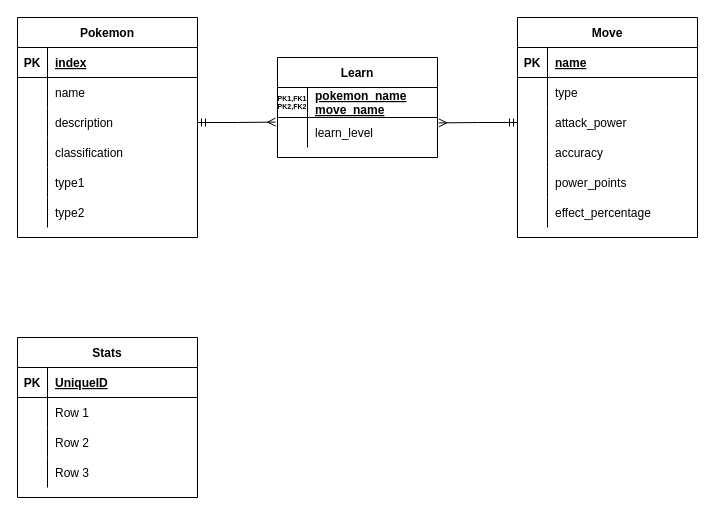
This is Diagrams/Pokemon ERD.drawio from alex-tjellesen/csci213-final, a draw.io file, before an edit. Source tidied: cells renumbered, new cells numbered last; positions are measured from the earlier drawing's top-left corner, leaving out a move shared by most shapes. Both pictures are drawn from the tidied source at 100%, with x=0, y=0 at pixel (17, 17).
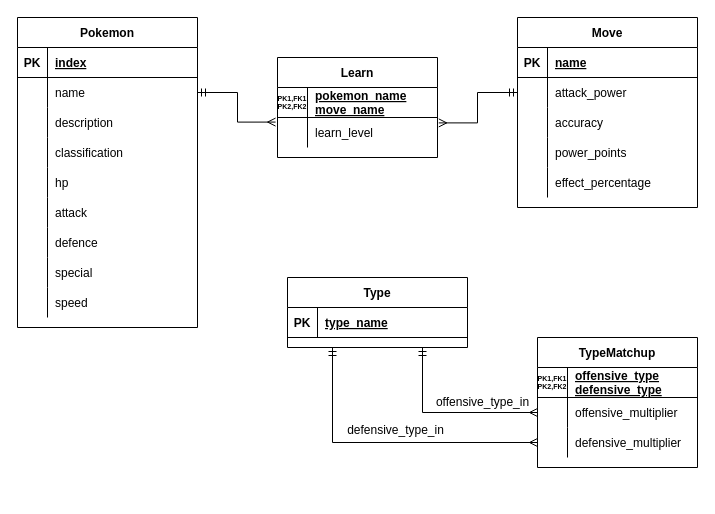
The same page after the edit.

Unchanged cells that the change refers to:
```xml
<mxCell id="6" style="shape=partialRectangle;fillColor=none;top=0;left=0;bottom=0;right=0;points=[[0,0.5],[1,0.5]];portConstraint=eastwest;" parent="2" vertex="1">
  <mxGeometry y="60" width="180" height="30" as="geometry" />
</mxCell>
<mxCell id="9" style="shape=partialRectangle;fillColor=none;top=0;left=0;bottom=0;right=0;points=[[0,0.5],[1,0.5]];portConstraint=eastwest;" parent="2" vertex="1">
  <mxGeometry y="90" width="180" height="30" as="geometry" />
</mxCell>
<mxCell id="44" style="shape=partialRectangle;fillColor=none;top=0;left=0;bottom=0;right=0;points=[[0,0.5],[1,0.5]];portConstraint=eastwest;" parent="40" vertex="1">
  <mxGeometry y="60" width="160" height="30" as="geometry" />
</mxCell>
```

The edit, as a diff of the source:
```diff
@@
     <mxCell id="2" value="Pokemon" style="shape=table;startSize=30;childLayout=tableLayout;rowLines=0;fontStyle=1;align=center;" parent="1" vertex="1">
-      <mxGeometry width="180" height="220" as="geometry" />
+      <mxGeometry width="180" height="310" as="geometry" />
     </mxCell>
@@
-    <mxCell id="15" style="shape=partialRectangle;fillColor=none;top=0;left=0;bottom=0;right=0;" parent="2" vertex="1">
-      <mxGeometry y="150" width="180" height="30" as="geometry" />
-    </mxCell>
-    <mxCell id="16" style="shape=partialRectangle;fillColor=none;top=0;left=0;bottom=0;right=0;overflow=hidden;" parent="15" vertex="1">
-      <mxGeometry width="30" height="30" as="geometry" />
-    </mxCell>
-    <mxCell id="17" value="type1" style="shape=partialRectangle;fillColor=none;top=0;left=0;bottom=0;right=0;align=left;spacingLeft=6;overflow=hidden;" parent="15" vertex="1">
-      <mxGeometry x="30" width="150" height="30" as="geometry" />
-    </mxCell>
-    <mxCell id="18" style="shape=partialRectangle;fillColor=none;top=0;left=0;bottom=0;right=0;" parent="2" vertex="1">
-      <mxGeometry y="180" width="180" height="30" as="geometry" />
-    </mxCell>
-    <mxCell id="19" style="shape=partialRectangle;fillColor=none;top=0;left=0;bottom=0;right=0;overflow=hidden;" parent="18" vertex="1">
-      <mxGeometry width="30" height="30" as="geometry" />
-    </mxCell>
-    <mxCell id="20" value="type2" style="shape=partialRectangle;fillColor=none;top=0;left=0;bottom=0;right=0;align=left;spacingLeft=6;overflow=hidden;" parent="18" vertex="1">
-      <mxGeometry x="30" width="150" height="30" as="geometry" />
-    </mxCell>
+    <mxCell id="62" style="shape=partialRectangle;fillColor=none;top=0;left=0;bottom=0;right=0;fontSize=12;" parent="2" vertex="1">
+      <mxGeometry y="150" width="180" height="30" as="geometry" />
+    </mxCell>
+    <mxCell id="63" style="shape=partialRectangle;fillColor=none;top=0;left=0;bottom=0;right=0;overflow=hidden;" parent="62" vertex="1">
+      <mxGeometry width="30" height="30" as="geometry" />
+    </mxCell>
+    <mxCell id="64" value="hp" style="shape=partialRectangle;fillColor=none;top=0;left=0;bottom=0;right=0;align=left;spacingLeft=6;overflow=hidden;" parent="62" vertex="1">
+      <mxGeometry x="30" width="150" height="30" as="geometry" />
+    </mxCell>
+    <mxCell id="65" style="shape=partialRectangle;fillColor=none;top=0;left=0;bottom=0;right=0;fontSize=12;" parent="2" vertex="1">
+      <mxGeometry y="180" width="180" height="30" as="geometry" />
+    </mxCell>
+    <mxCell id="66" style="shape=partialRectangle;fillColor=none;top=0;left=0;bottom=0;right=0;overflow=hidden;" parent="65" vertex="1">
+      <mxGeometry width="30" height="30" as="geometry" />
+    </mxCell>
+    <mxCell id="67" value="attack" style="shape=partialRectangle;fillColor=none;top=0;left=0;bottom=0;right=0;align=left;spacingLeft=6;overflow=hidden;" parent="65" vertex="1">
+      <mxGeometry x="30" width="150" height="30" as="geometry" />
+    </mxCell>
+    <mxCell id="68" style="shape=partialRectangle;fillColor=none;top=0;left=0;bottom=0;right=0;fontSize=12;" parent="2" vertex="1">
+      <mxGeometry y="210" width="180" height="30" as="geometry" />
+    </mxCell>
+    <mxCell id="69" style="shape=partialRectangle;fillColor=none;top=0;left=0;bottom=0;right=0;overflow=hidden;" parent="68" vertex="1">
+      <mxGeometry width="30" height="30" as="geometry" />
+    </mxCell>
+    <mxCell id="70" value="defence" style="shape=partialRectangle;fillColor=none;top=0;left=0;bottom=0;right=0;align=left;spacingLeft=6;overflow=hidden;" parent="68" vertex="1">
+      <mxGeometry x="30" width="150" height="30" as="geometry" />
+    </mxCell>
+    <mxCell id="71" style="shape=partialRectangle;fillColor=none;top=0;left=0;bottom=0;right=0;fontSize=12;" parent="2" vertex="1">
+      <mxGeometry y="240" width="180" height="30" as="geometry" />
+    </mxCell>
+    <mxCell id="72" style="shape=partialRectangle;fillColor=none;top=0;left=0;bottom=0;right=0;overflow=hidden;" parent="71" vertex="1">
+      <mxGeometry width="30" height="30" as="geometry" />
+    </mxCell>
+    <mxCell id="73" value="special" style="shape=partialRectangle;fillColor=none;top=0;left=0;bottom=0;right=0;align=left;spacingLeft=6;overflow=hidden;" parent="71" vertex="1">
+      <mxGeometry x="30" width="150" height="30" as="geometry" />
+    </mxCell>
+    <mxCell id="74" style="shape=partialRectangle;fillColor=none;top=0;left=0;bottom=0;right=0;fontSize=12;" parent="2" vertex="1">
+      <mxGeometry y="270" width="180" height="30" as="geometry" />
+    </mxCell>
+    <mxCell id="75" style="shape=partialRectangle;fillColor=none;top=0;left=0;bottom=0;right=0;overflow=hidden;" parent="74" vertex="1">
+      <mxGeometry width="30" height="30" as="geometry" />
+    </mxCell>
+    <mxCell id="76" value="speed" style="shape=partialRectangle;fillColor=none;top=0;left=0;bottom=0;right=0;align=left;spacingLeft=6;overflow=hidden;" parent="74" vertex="1">
+      <mxGeometry x="30" width="150" height="30" as="geometry" />
+    </mxCell>
     <mxCell id="21" value="Move" style="shape=table;startSize=30;childLayout=tableLayout;rowLines=0;fontStyle=1;align=center;" parent="1" vertex="1">
-      <mxGeometry x="500" width="180" height="220" as="geometry" />
+      <mxGeometry x="500" width="180" height="190" as="geometry" />
     </mxCell>
@@
-    <mxCell id="25" style="shape=partialRectangle;fillColor=none;top=0;left=0;bottom=0;right=0;" parent="21" vertex="1">
-      <mxGeometry y="60" width="180" height="30" as="geometry" />
-    </mxCell>
-    <mxCell id="26" style="shape=partialRectangle;fillColor=none;top=0;left=0;bottom=0;right=0;overflow=hidden;" parent="25" vertex="1">
-      <mxGeometry width="30" height="30" as="geometry" />
-    </mxCell>
-    <mxCell id="27" value="type" style="shape=partialRectangle;fillColor=none;top=0;left=0;bottom=0;right=0;align=left;spacingLeft=6;overflow=hidden;" parent="25" vertex="1">
-      <mxGeometry x="30" width="150" height="30" as="geometry" />
-    </mxCell>
     <mxCell id="28" style="shape=partialRectangle;fillColor=none;top=0;left=0;bottom=0;right=0;points=[[0,0.5],[1,0.5]];portConstraint=eastwest;" parent="21" vertex="1">
-      <mxGeometry y="90" width="180" height="30" as="geometry" />
+      <mxGeometry y="60" width="180" height="30" as="geometry" />
     </mxCell>
@@
     <mxCell id="31" style="shape=partialRectangle;fillColor=none;top=0;left=0;bottom=0;right=0;" parent="21" vertex="1">
-      <mxGeometry y="120" width="180" height="30" as="geometry" />
+      <mxGeometry y="90" width="180" height="30" as="geometry" />
     </mxCell>
@@
     <mxCell id="34" style="shape=partialRectangle;fillColor=none;top=0;left=0;bottom=0;right=0;" parent="21" vertex="1">
-      <mxGeometry y="150" width="180" height="30" as="geometry" />
+      <mxGeometry y="120" width="180" height="30" as="geometry" />
     </mxCell>
@@
     <mxCell id="37" style="shape=partialRectangle;fillColor=none;top=0;left=0;bottom=0;right=0;" parent="21" vertex="1">
-      <mxGeometry y="180" width="180" height="30" as="geometry" />
+      <mxGeometry y="150" width="180" height="30" as="geometry" />
     </mxCell>
@@
-    <mxCell id="47" style="edgeStyle=orthogonalEdgeStyle;rounded=0;jettySize=auto;html=1;exitX=1;exitY=0.5;exitDx=0;exitDy=0;entryX=-0.012;entryY=0.153;entryDx=0;entryDy=0;entryPerimeter=0;fontSize=7;startArrow=ERmandOne;startFill=0;endArrow=ERmany;endFill=0;" parent="1" edge="1" source="9" target="44">
+    <mxCell id="47" style="edgeStyle=orthogonalEdgeStyle;rounded=0;jettySize=auto;html=1;exitX=1;exitY=0.5;exitDx=0;exitDy=0;entryX=-0.012;entryY=0.153;entryDx=0;entryDy=0;entryPerimeter=0;fontSize=7;startArrow=ERmandOne;startFill=0;endArrow=ERmany;endFill=0;" parent="1" edge="1" source="6" target="44">
       <mxGeometry relative="1" as="geometry" />
     </mxCell>
@@
-    <mxCell id="49" value="Stats" style="shape=table;startSize=30;childLayout=tableLayout;rowLines=0;fontStyle=1;align=center;fontSize=12;" parent="1" vertex="1">
-      <mxGeometry y="320" width="180" height="160" as="geometry" />
-    </mxCell>
+    <mxCell id="77" value="Type" style="shape=table;startSize=30;childLayout=tableLayout;rowLines=0;fontStyle=1;align=center;fontSize=12;" parent="1" vertex="1">
+      <mxGeometry x="270" y="260" width="180" height="70" as="geometry" />
+    </mxCell>
-    <mxCell id="50" style="shape=partialRectangle;fillColor=none;top=0;left=0;bottom=1;right=0;" parent="49" vertex="1">
+    <mxCell id="50" style="shape=partialRectangle;fillColor=none;top=0;left=0;bottom=1;right=0;" parent="77" vertex="1">
       <mxGeometry y="30" width="180" height="30" as="geometry" />
     </mxCell>
@@
-    <mxCell id="52" value="UniqueID" style="shape=partialRectangle;fillColor=none;top=0;left=0;bottom=0;right=0;align=left;spacingLeft=6;fontStyle=5;overflow=hidden;" parent="50" vertex="1">
-      <mxGeometry x="30" width="150" height="30" as="geometry" />
-    </mxCell>
-    <mxCell id="53" style="shape=partialRectangle;fillColor=none;top=0;left=0;bottom=0;right=0;" parent="49" vertex="1">
-      <mxGeometry y="60" width="180" height="30" as="geometry" />
-    </mxCell>
-    <mxCell id="54" style="shape=partialRectangle;fillColor=none;top=0;left=0;bottom=0;right=0;overflow=hidden;" parent="53" vertex="1">
-      <mxGeometry width="30" height="30" as="geometry" />
-    </mxCell>
-    <mxCell id="55" value="Row 1" style="shape=partialRectangle;fillColor=none;top=0;left=0;bottom=0;right=0;align=left;spacingLeft=6;overflow=hidden;" parent="53" vertex="1">
-      <mxGeometry x="30" width="150" height="30" as="geometry" />
-    </mxCell>
-    <mxCell id="56" style="shape=partialRectangle;fillColor=none;top=0;left=0;bottom=0;right=0;" parent="49" vertex="1">
-      <mxGeometry y="90" width="180" height="30" as="geometry" />
-    </mxCell>
-    <mxCell id="57" style="shape=partialRectangle;fillColor=none;top=0;left=0;bottom=0;right=0;overflow=hidden;" parent="56" vertex="1">
-      <mxGeometry width="30" height="30" as="geometry" />
-    </mxCell>
-    <mxCell id="58" value="Row 2" style="shape=partialRectangle;fillColor=none;top=0;left=0;bottom=0;right=0;align=left;spacingLeft=6;overflow=hidden;" parent="56" vertex="1">
-      <mxGeometry x="30" width="150" height="30" as="geometry" />
-    </mxCell>
-    <mxCell id="59" style="shape=partialRectangle;fillColor=none;top=0;left=0;bottom=0;right=0;" parent="49" vertex="1">
-      <mxGeometry y="120" width="180" height="30" as="geometry" />
-    </mxCell>
-    <mxCell id="60" style="shape=partialRectangle;fillColor=none;top=0;left=0;bottom=0;right=0;overflow=hidden;" parent="59" vertex="1">
-      <mxGeometry width="30" height="30" as="geometry" />
-    </mxCell>
-    <mxCell id="61" value="Row 3" style="shape=partialRectangle;fillColor=none;top=0;left=0;bottom=0;right=0;align=left;spacingLeft=6;overflow=hidden;" parent="59" vertex="1">
-      <mxGeometry x="30" width="150" height="30" as="geometry" />
-    </mxCell>
+    <mxCell id="78" value="type_name" style="shape=partialRectangle;fillColor=none;top=0;left=0;bottom=0;right=0;align=left;spacingLeft=6;fontStyle=5;overflow=hidden;" parent="50" vertex="1">
+      <mxGeometry x="30" width="150" height="30" as="geometry" />
+    </mxCell>
+    <mxCell id="79" value="TypeMatchup" style="shape=table;startSize=30;childLayout=tableLayout;rowLines=0;fontStyle=1;align=center;" parent="1" vertex="1">
+      <mxGeometry x="520" y="320" width="160" height="130" as="geometry" />
+    </mxCell>
+    <mxCell id="80" style="shape=partialRectangle;fillColor=none;top=0;left=0;bottom=1;right=0;" parent="79" vertex="1">
+      <mxGeometry y="30" width="160" height="30" as="geometry" />
+    </mxCell>
+    <mxCell id="81" value="PK1,FK1&#10;PK2,FK2" style="shape=partialRectangle;fillColor=none;top=0;left=0;bottom=0;right=0;fontStyle=1;overflow=hidden;fontSize=7;rotation=0;" parent="80" vertex="1">
+      <mxGeometry width="30" height="30" as="geometry" />
+    </mxCell>
+    <mxCell id="82" value="offensive_type&#10;defensive_type" style="shape=partialRectangle;fillColor=none;top=0;left=0;bottom=0;right=0;align=left;spacingLeft=6;fontStyle=5;overflow=hidden;" parent="80" vertex="1">
+      <mxGeometry x="30" width="130" height="30" as="geometry" />
+    </mxCell>
+    <mxCell id="83" style="shape=partialRectangle;fillColor=none;top=0;left=0;bottom=0;right=0;points=[[0,0.5],[1,0.5]];portConstraint=eastwest;" parent="79" vertex="1">
+      <mxGeometry y="60" width="160" height="30" as="geometry" />
+    </mxCell>
+    <mxCell id="84" style="shape=partialRectangle;fillColor=none;top=0;left=0;bottom=0;right=0;overflow=hidden;" parent="83" vertex="1">
+      <mxGeometry width="30" height="30" as="geometry" />
+    </mxCell>
+    <mxCell id="85" value="offensive_multiplier" style="shape=partialRectangle;fillColor=none;top=0;left=0;bottom=0;right=0;align=left;spacingLeft=6;overflow=hidden;" parent="83" vertex="1">
+      <mxGeometry x="30" width="130" height="30" as="geometry" />
+    </mxCell>
+    <mxCell id="86" style="shape=partialRectangle;fillColor=none;top=0;left=0;bottom=0;right=0;points=[[0,0.5],[1,0.5]];portConstraint=eastwest;fontSize=12;" parent="79" vertex="1">
+      <mxGeometry y="90" width="160" height="30" as="geometry" />
+    </mxCell>
+    <mxCell id="87" style="shape=partialRectangle;fillColor=none;top=0;left=0;bottom=0;right=0;overflow=hidden;" parent="86" vertex="1">
+      <mxGeometry width="30" height="30" as="geometry" />
+    </mxCell>
+    <mxCell id="88" value="defensive_multiplier" style="shape=partialRectangle;fillColor=none;top=0;left=0;bottom=0;right=0;align=left;spacingLeft=6;overflow=hidden;" parent="86" vertex="1">
+      <mxGeometry x="30" width="130" height="30" as="geometry" />
+    </mxCell>
+    <mxCell id="89" style="edgeStyle=orthogonalEdgeStyle;rounded=0;jettySize=auto;html=1;exitX=0;exitY=0.5;exitDx=0;exitDy=0;entryX=0.75;entryY=1;entryDx=0;entryDy=0;fontSize=12;startArrow=ERmany;startFill=0;endArrow=ERmandOne;endFill=0;" parent="1" edge="1" source="83" target="77">
+      <mxGeometry relative="1" as="geometry" />
+    </mxCell>
+    <mxCell id="90" style="edgeStyle=orthogonalEdgeStyle;rounded=0;jettySize=auto;html=1;exitX=0;exitY=0.5;exitDx=0;exitDy=0;entryX=0.25;entryY=1;entryDx=0;entryDy=0;fontSize=12;startArrow=ERmany;startFill=0;endArrow=ERmandOne;endFill=0;" parent="1" edge="1" source="86" target="77">
+      <mxGeometry relative="1" as="geometry" />
+    </mxCell>
+    <mxCell id="91" value="offensive_type_in" style="text;html=1;align=center;verticalAlign=middle;strokeColor=none;fillColor=none;fontSize=12;" parent="1" vertex="1">
+      <mxGeometry x="410" y="375" width="110" height="20" as="geometry" />
+    </mxCell>
+    <mxCell id="92" value="defensive_type_in" style="text;html=1;align=center;verticalAlign=middle;strokeColor=none;fillColor=none;fontSize=12;" parent="1" vertex="1">
+      <mxGeometry x="323" y="403" width="110" height="20" as="geometry" />
+    </mxCell>
```
